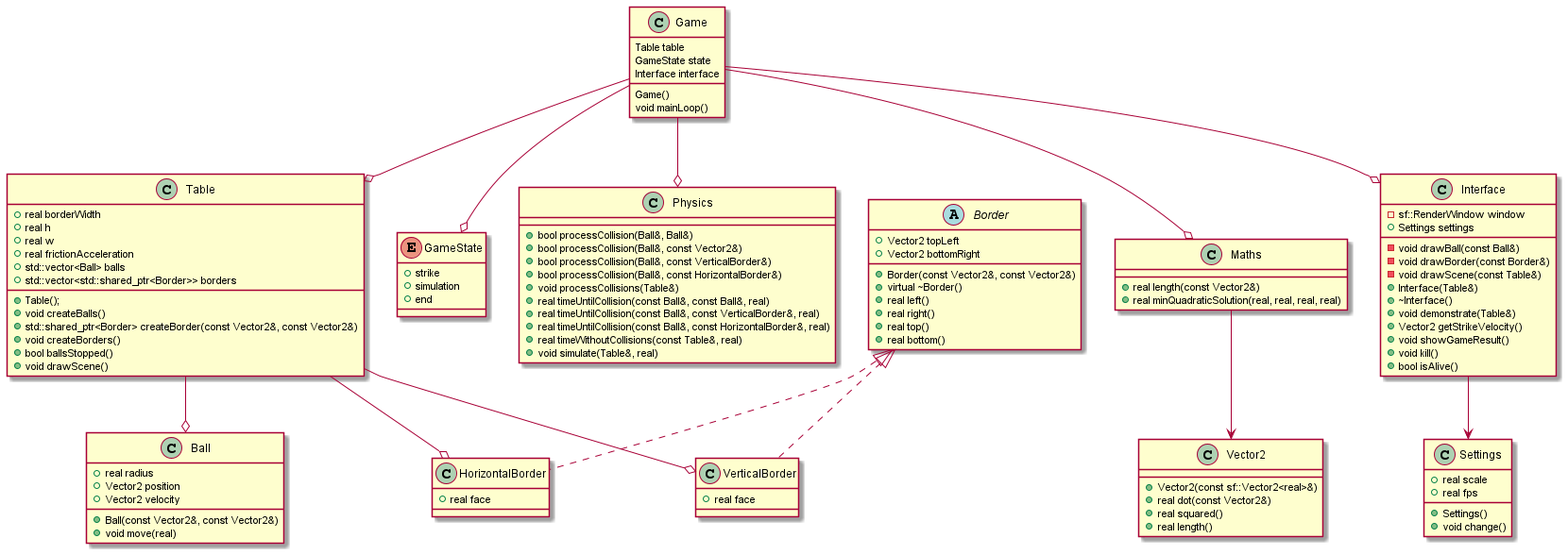
The PlantUML diagram Architecture.png in sribnyak/billiards-mipt, before a commit.
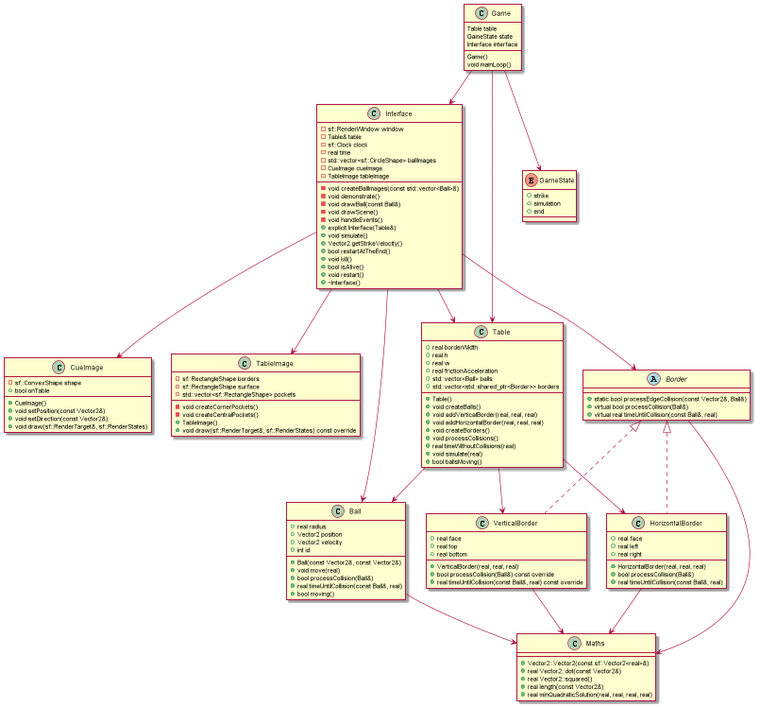
The same file after the commit.

Diff of the diagram source:
```diff
@@ -1,72 +1,90 @@
 @startuml classes
 
-class Physics {
-    + bool processCollision(Ball&, Ball&)
-    + bool processCollision(Ball&, const Vector2&)
-    + bool processCollision(Ball&, const VerticalBorder&)
-    + bool processCollision(Ball&, const HorizontalBorder&)
-    + void processCollisions(Table&)
-    + real timeUntilCollision(const Ball&, const Ball&, real)
-    + real timeUntilCollision(const Ball&, const VerticalBorder&, real)
-    + real timeUntilCollision(const Ball&, const HorizontalBorder&, real)
-    + real timeWithoutCollisions(const Table&, real)
-    + void simulate(Table&, real)
-}
-
 class Maths {
+    + Vector2::Vector2(const sf::Vector2<real>&)
+    + real Vector2::dot(const Vector2&)
+    + real Vector2::squared()
     + real length(const Vector2&)
     + real minQuadraticSolution(real, real, real, real)
-}
-
-class Vector2 {
-    + Vector2(const sf::Vector2<real>&)
-    + real dot(const Vector2&)
-    + real squared()
-    + real length()
 }
 
 class Ball {
     + real radius
     + Vector2 position
     + Vector2 velocity
+    + int id
 
     + Ball(const Vector2&, const Vector2&)
     + void move(real)
+    + bool processCollision(Ball&)
+    + real timeUntilCollision(const Ball&, real)
+    + bool moving()
 }
 
 abstract Border {
-    + Vector2 topLeft
-    + Vector2 bottomRight
-
-    + Border(const Vector2&, const Vector2&)
-    + virtual ~Border()
-    + real left()
-    + real right()
-    + real top()
-    + real bottom()
+    + static bool processEdgeCollision(const Vector2&, Ball&)
+    + virtual bool processCollision(Ball&)
+    + virtual real timeUntilCollision(const Ball&, real)
 }
 
 class VerticalBorder {
     + real face
+    + real top
+    + real bottom
+    + VerticalBorder(real, real, real)
+    + bool processCollision(Ball&) const override
+    + real timeUntilCollision(const Ball&, real) const override
 }
 
 class HorizontalBorder {
     + real face
+    + real left
+    + real right
+    + HorizontalBorder(real, real, real)
+    + bool processCollision(Ball&)
+    + real timeUntilCollision(const Ball&, real)
+}
+
+class CueImage {
+    - sf::ConvexShape shape
+    + bool onTable
+    + CueImage()
+    + void setPosition(const Vector2&)
+    + void setDirection(const Vector2&)
+    + void draw(sf::RenderTarget&, sf::RenderStates)
+}
+
+class TableImage {
+    - sf::RectangleShape borders
+    - sf::RectangleShape surface
+    - std::vector<sf::RectangleShape> pockets
+    - void createCornerPockets()
+    - void createCentralPockets()
+    + TableImage()
+    + void draw(sf::RenderTarget&, sf::RenderStates) const override
 }
 
 class Interface {
     - sf::RenderWindow window
+    - Table& table
+    - sf::Clock clock
+    - real time
+    - std::vector<sf::CircleShape> ballImages
+    - CueImage cueImage
+    - TableImage tableImage
+    - void createBallImages(const std::vector<Ball>&)
+    - void demonstrate()
     - void drawBall(const Ball&)
-    - void drawBorder(const Border&)
-    - void drawScene(const Table&)
-    + Settings settings
-    + Interface(Table&)
-    + ~Interface()
-    + void demonstrate(Table&)
+    - void drawScene()
+    - void handleEvents()
+    + explicit Interface(Table&)
+    + void simulate()
     + Vector2 getStrikeVelocity()
-    + void showGameResult()
+    + bool restartAtTheEnd()
     + void kill()
     + bool isAlive()
+    + void restart()
+    + ~Interface()
 }
 
 class Table {
@@ -76,21 +94,15 @@
     + real frictionAcceleration
     + std::vector<Ball> balls
     + std::vector<std::shared_ptr<Border>> borders
-
-    + Table();
+    + Table()
     + void createBalls()
-    + std::shared_ptr<Border> createBorder(const Vector2&, const Vector2&)
+    + void addVerticalBorder(real, real, real)
+    + void addHorizontalBorder(real, real, real)
     + void createBorders()
-    + bool ballsStopped()
-    + void drawScene()
-}
-
-class Settings {
-    + real scale
-    + real fps
-
-    + Settings()
-    + void change()
+    + void processCollisions()
+    + real timeWithoutCollisions(real)
+    + void simulate(real)
+    + bool ballsMoving()
 }
 
 enum GameState {
@@ -108,19 +120,26 @@
     void mainLoop()
 }
 
-Game --o Table
-Game --o GameState
-Game --o Interface
-Game --o Maths
-Game --o Physics
+Game --> Table
+Game --> GameState
+Game --> Interface
 
-Table --o Ball
-Table --o VerticalBorder
-Table --o HorizontalBorder
+Table --> Ball
+Table --> VerticalBorder
+Table --> HorizontalBorder
 
-Interface --> Settings
+Ball --> Maths
 
-Maths --> Vector2
+Border --> Maths
+VerticalBorder --> Maths
+HorizontalBorder --> Maths
+
+Interface --> Ball
+Interface --> Border
+Interface --> Table
+Interface --> TableImage
+Interface --> CueImage
+
 
 class VerticalBorder implements Border
 class HorizontalBorder implements Border
```
